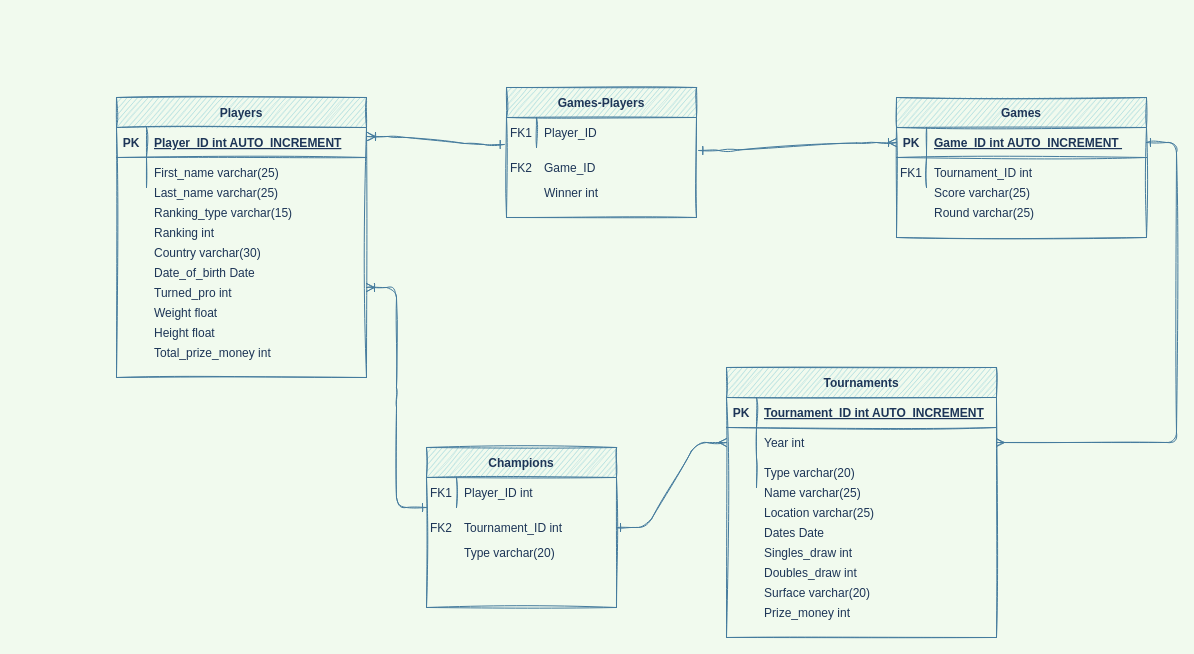
Before: erd.drawio in talbaram3192/web_scraping_project, a draw.io diagram. Source tidied: cells renumbered, new cells numbered last; positions are measured from the earlier drawing's top-left corner, leaving out a move shared by most shapes. Both pictures are drawn from the tidied source at 100%, with x=0, y=0 at pixel (116, 87).
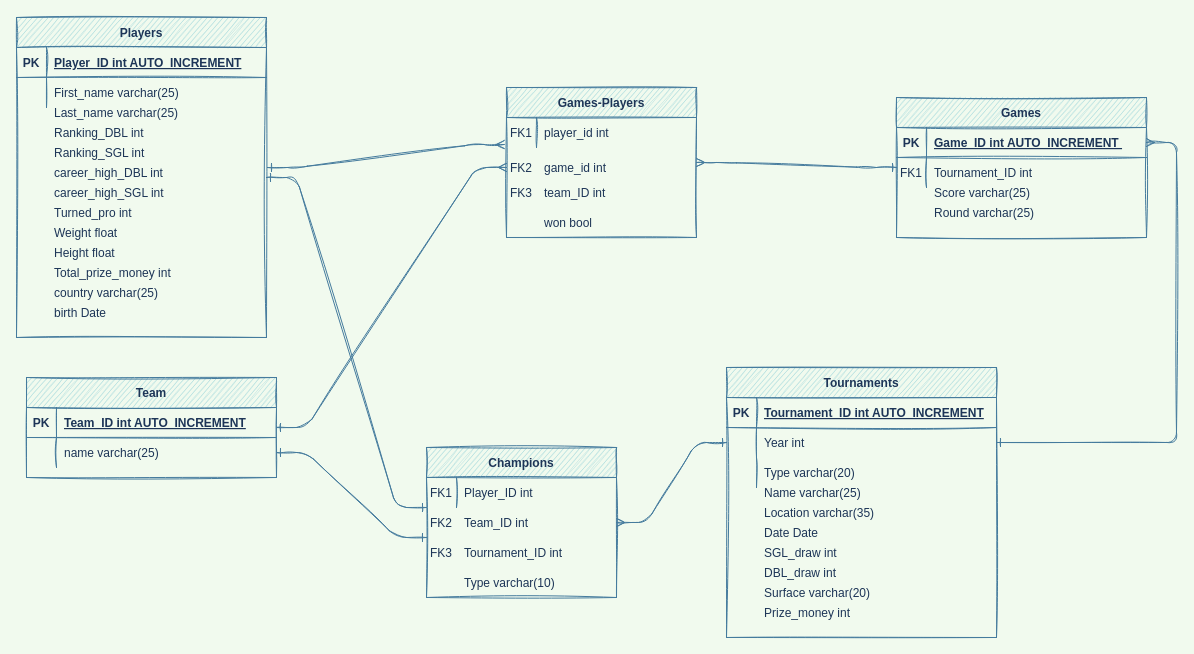
The same page after the edit.

The change refers to these unchanged cells:
```xml
<mxCell id="4" style="shape=partialRectangle;fillColor=none;points=[[0,0.5],[1,0.5]];portConstraint=eastwest;top=0;left=0;right=0;bottom=1;sketch=1;strokeColor=#457B9D;fontColor=#1D3557;" parent="3" vertex="1">
  <mxGeometry y="30" width="250" height="30" as="geometry" />
</mxCell>
<mxCell id="14" style="shape=partialRectangle;fillColor=none;points=[[0,0.5],[1,0.5]];portConstraint=eastwest;top=0;left=0;right=0;bottom=0;sketch=1;strokeColor=#457B9D;fontColor=#1D3557;" parent="10" vertex="1">
  <mxGeometry y="60" width="270" height="30" as="geometry" />
</mxCell>
<mxCell id="21" style="shape=partialRectangle;fillColor=none;points=[[0,0.5],[1,0.5]];portConstraint=eastwest;top=0;left=0;right=0;bottom=1;sketch=1;strokeColor=#457B9D;fontColor=#1D3557;" parent="20" vertex="1">
  <mxGeometry y="30" width="250" height="30" as="geometry" />
</mxCell>
<mxCell id="28" style="shape=partialRectangle;fillColor=none;points=[[0,0.5],[1,0.5]];portConstraint=eastwest;top=0;left=0;right=0;bottom=0;sketch=1;strokeColor=#457B9D;fontColor=#1D3557;" parent="27" vertex="1">
  <mxGeometry y="30" width="190" height="30" as="geometry" />
</mxCell>
<mxCell id="55" style="shape=partialRectangle;fillColor=none;top=0;left=0;right=0;bottom=0;sketch=1;strokeColor=#457B9D;fontColor=#1D3557;" parent="1" vertex="1">
  <mxGeometry x="610" y="410" width="270" height="30" as="geometry" />
</mxCell>
<mxCell id="58" style="shape=partialRectangle;fillColor=none;top=0;left=0;right=0;bottom=0;sketch=1;strokeColor=#457B9D;fontColor=#1D3557;" parent="1" vertex="1">
  <mxGeometry x="610" y="430" width="270" height="30" as="geometry" />
</mxCell>
<mxCell id="61" style="shape=partialRectangle;fillColor=none;top=0;left=0;right=0;bottom=0;sketch=1;strokeColor=#457B9D;fontColor=#1D3557;" parent="1" vertex="1">
  <mxGeometry x="610" y="450" width="270" height="30" as="geometry" />
</mxCell>
```

Diff of the diagram source:
```diff
@@
-    <mxCell id="2" style="edgeStyle=entityRelationEdgeStyle;endArrow=ERmany;startArrow=ERone;endFill=0;startFill=0;sketch=1;strokeWidth=1;labelBackgroundColor=#F1FAEE;strokeColor=#457B9D;fontColor=#1D3557;" parent="1" edge="1" source="4" target="14">
+    <mxCell id="2" style="edgeStyle=entityRelationEdgeStyle;endArrow=ERone;startArrow=ERmany;endFill=0;startFill=0;sketch=1;strokeWidth=1;labelBackgroundColor=#F1FAEE;strokeColor=#457B9D;fontColor=#1D3557;" parent="1" edge="1" source="4" target="14">
       <mxGeometry relative="1" as="geometry" />
     </mxCell>
@@
     <mxCell id="20" value="Players" style="shape=table;startSize=30;childLayout=tableLayout;rowLines=0;fontStyle=1;align=center;sketch=1;fillColor=#A8DADC;strokeColor=#457B9D;fontColor=#1D3557;" parent="1" vertex="1">
-      <mxGeometry y="10" width="250" height="280" as="geometry" />
+      <mxGeometry x="-100" y="-70" width="250" height="320" as="geometry" />
     </mxCell>
@@
     <mxCell id="27" value="Games-Players" style="shape=table;startSize=30;childLayout=tableLayout;rowLines=0;fontStyle=1;align=center;sketch=1;fillColor=#A8DADC;strokeColor=#457B9D;fontColor=#1D3557;" parent="1" vertex="1">
-      <mxGeometry x="390" width="190" height="130" as="geometry" />
+      <mxGeometry x="390" width="190" height="150" as="geometry" />
     </mxCell>
@@
-    <mxCell id="30" value="Player_ID" style="shape=partialRectangle;overflow=hidden;fillColor=none;top=0;left=0;bottom=0;right=0;align=left;spacingLeft=6;sketch=1;strokeColor=#457B9D;fontColor=#1D3557;" parent="28" vertex="1">
+    <mxCell id="30" value="player_id int" style="shape=partialRectangle;overflow=hidden;fillColor=none;top=0;left=0;bottom=0;right=0;align=left;spacingLeft=6;sketch=1;strokeColor=#457B9D;fontColor=#1D3557;" parent="28" vertex="1">
       <mxGeometry x="30" width="160" height="30" as="geometry" />
     </mxCell>
-    <mxCell id="31" style="edgeStyle=entityRelationEdgeStyle;endArrow=ERone;startArrow=ERoneToMany;endFill=0;startFill=0;sketch=1;strokeWidth=1;labelBackgroundColor=#F1FAEE;strokeColor=#457B9D;fontColor=#1D3557;entryX=1.012;entryY=1.1;entryDx=0;entryDy=0;exitX=0;exitY=0.5;exitDx=0;exitDy=0;entryPerimeter=0;" parent="1" edge="1" source="4" target="28">
-      <mxGeometry relative="1" as="geometry" />
-    </mxCell>
-    <mxCell id="32" style="edgeStyle=entityRelationEdgeStyle;endArrow=ERone;startArrow=ERoneToMany;endFill=0;startFill=0;sketch=1;strokeWidth=1;labelBackgroundColor=#F1FAEE;strokeColor=#457B9D;fontColor=#1D3557;exitX=1.004;exitY=0.3;exitDx=0;exitDy=0;entryX=-0.012;entryY=0.9;entryDx=0;entryDy=0;entryPerimeter=0;exitPerimeter=0;" parent="1" edge="1" source="21" target="28">
-      <mxGeometry relative="1" as="geometry" />
+    <mxCell id="32" style="edgeStyle=entityRelationEdgeStyle;endArrow=ERmany;startArrow=ERone;endFill=0;startFill=0;sketch=1;strokeWidth=1;labelBackgroundColor=#F1FAEE;strokeColor=#457B9D;fontColor=#1D3557;entryX=-0.012;entryY=0.9;entryDx=0;entryDy=0;entryPerimeter=0;" parent="1" edge="1" target="28">
+      <mxGeometry relative="1" as="geometry">
+        <mxPoint x="151" y="80" as="sourcePoint" />
+      </mxGeometry>
     </mxCell>
-    <mxCell id="33" value="Game_ID" style="shape=partialRectangle;overflow=hidden;fillColor=none;top=0;left=0;bottom=0;right=0;align=left;spacingLeft=6;sketch=1;strokeColor=#457B9D;fontColor=#1D3557;" parent="1" vertex="1">
-      <mxGeometry x="420" y="65" width="220" height="30" as="geometry" />
+    <mxCell id="33" value="game_id int" style="shape=partialRectangle;overflow=hidden;fillColor=none;top=0;left=0;bottom=0;right=0;align=left;spacingLeft=6;sketch=1;strokeColor=#457B9D;fontColor=#1D3557;" parent="1" vertex="1">
+      <mxGeometry x="420" y="65" width="150" height="30" as="geometry" />
     </mxCell>
@@
     <mxCell id="37" style="shape=partialRectangle;fillColor=none;top=0;left=0;right=0;bottom=0;sketch=1;strokeColor=#457B9D;fontColor=#1D3557;" parent="1" vertex="1">
-      <mxGeometry y="90" width="250" height="30" as="geometry" />
+      <mxGeometry x="-100" y="10" width="250" height="30" as="geometry" />
     </mxCell>
@@
-    <mxCell id="40" value="Ranking_type varchar(15)" style="shape=partialRectangle;overflow=hidden;fillColor=none;top=0;left=0;bottom=0;right=0;align=left;spacingLeft=6;sketch=1;strokeColor=#457B9D;fontColor=#1D3557;" parent="1" vertex="1">
-      <mxGeometry x="30" y="110" width="220" height="30" as="geometry" />
+    <mxCell id="40" value="Ranking_DBL int" style="shape=partialRectangle;overflow=hidden;fillColor=none;top=0;left=0;bottom=0;right=0;align=left;spacingLeft=6;sketch=1;strokeColor=#457B9D;fontColor=#1D3557;" parent="1" vertex="1">
+      <mxGeometry x="-70" y="30" width="220" height="30" as="geometry" />
     </mxCell>
-    <mxCell id="41" value="Ranking int" style="shape=partialRectangle;overflow=hidden;fillColor=none;top=0;left=0;bottom=0;right=0;align=left;spacingLeft=6;sketch=1;strokeColor=#457B9D;fontColor=#1D3557;" parent="1" vertex="1">
-      <mxGeometry x="30" y="130" width="220" height="30" as="geometry" />
+    <mxCell id="41" value="Ranking_SGL int" style="shape=partialRectangle;overflow=hidden;fillColor=none;top=0;left=0;bottom=0;right=0;align=left;spacingLeft=6;sketch=1;strokeColor=#457B9D;fontColor=#1D3557;" parent="1" vertex="1">
+      <mxGeometry x="-70" y="50" width="220" height="30" as="geometry" />
     </mxCell>
-    <mxCell id="42" value="Country varchar(30)" style="shape=partialRectangle;overflow=hidden;fillColor=none;top=0;left=0;bottom=0;right=0;align=left;spacingLeft=6;sketch=1;strokeColor=#457B9D;fontColor=#1D3557;" parent="1" vertex="1">
-      <mxGeometry x="30" y="150" width="220" height="30" as="geometry" />
+    <mxCell id="42" value="career_high_DBL int" style="shape=partialRectangle;overflow=hidden;fillColor=none;top=0;left=0;bottom=0;right=0;align=left;spacingLeft=6;sketch=1;strokeColor=#457B9D;fontColor=#1D3557;" parent="1" vertex="1">
+      <mxGeometry x="-70" y="70" width="220" height="30" as="geometry" />
     </mxCell>
-    <mxCell id="43" value="Date_of_birth Date" style="shape=partialRectangle;overflow=hidden;fillColor=none;top=0;left=0;bottom=0;right=0;align=left;spacingLeft=6;sketch=1;strokeColor=#457B9D;fontColor=#1D3557;" parent="1" vertex="1">
-      <mxGeometry x="30" y="170" width="220" height="30" as="geometry" />
+    <mxCell id="43" value="career_high_SGL int" style="shape=partialRectangle;overflow=hidden;fillColor=none;top=0;left=0;bottom=0;right=0;align=left;spacingLeft=6;sketch=1;strokeColor=#457B9D;fontColor=#1D3557;" parent="1" vertex="1">
+      <mxGeometry x="-70" y="90" width="220" height="30" as="geometry" />
     </mxCell>
     <mxCell id="44" value="Turned_pro int" style="shape=partialRectangle;overflow=hidden;fillColor=none;top=0;left=0;bottom=0;right=0;align=left;spacingLeft=6;sketch=1;strokeColor=#457B9D;fontColor=#1D3557;" parent="1" vertex="1">
-      <mxGeometry x="30" y="190" width="220" height="30" as="geometry" />
+      <mxGeometry x="-70" y="110" width="220" height="30" as="geometry" />
     </mxCell>
     <mxCell id="45" value="Weight float" style="shape=partialRectangle;overflow=hidden;fillColor=none;top=0;left=0;bottom=0;right=0;align=left;spacingLeft=6;sketch=1;strokeColor=#457B9D;fontColor=#1D3557;" parent="1" vertex="1">
-      <mxGeometry x="30" y="210" width="220" height="30" as="geometry" />
+      <mxGeometry x="-70" y="130" width="220" height="30" as="geometry" />
     </mxCell>
     <mxCell id="46" value="Height float" style="shape=partialRectangle;overflow=hidden;fillColor=none;top=0;left=0;bottom=0;right=0;align=left;spacingLeft=6;sketch=1;strokeColor=#457B9D;fontColor=#1D3557;" parent="1" vertex="1">
-      <mxGeometry x="30" y="230" width="220" height="30" as="geometry" />
+      <mxGeometry x="-70" y="150" width="220" height="30" as="geometry" />
     </mxCell>
     <mxCell id="47" value="Total_prize_money int" style="shape=partialRectangle;overflow=hidden;fillColor=none;top=0;left=0;bottom=0;right=0;align=left;spacingLeft=6;sketch=1;strokeColor=#457B9D;fontColor=#1D3557;" parent="1" vertex="1">
-      <mxGeometry x="30" y="250" width="220" height="30" as="geometry" />
+      <mxGeometry x="-70" y="170" width="220" height="30" as="geometry" />
     </mxCell>
@@
-    <mxCell id="51" value="Winner int" style="shape=partialRectangle;overflow=hidden;fillColor=none;top=0;left=0;bottom=0;right=0;align=left;spacingLeft=6;sketch=1;strokeColor=#457B9D;fontColor=#1D3557;" parent="1" vertex="1">
-      <mxGeometry x="420" y="90" width="220" height="30" as="geometry" />
-    </mxCell>
@@
-    <mxCell id="57" value="Location varchar(25)" style="shape=partialRectangle;overflow=hidden;fillColor=none;top=0;left=0;bottom=0;right=0;align=left;spacingLeft=6;sketch=1;strokeColor=#457B9D;fontColor=#1D3557;" parent="55" vertex="1">
+    <mxCell id="57" value="Location varchar(35)" style="shape=partialRectangle;overflow=hidden;fillColor=none;top=0;left=0;bottom=0;right=0;align=left;spacingLeft=6;sketch=1;strokeColor=#457B9D;fontColor=#1D3557;" parent="55" vertex="1">
       <mxGeometry x="30" width="240" height="30" as="geometry" />
     </mxCell>
@@
-    <mxCell id="60" value="Dates Date" style="shape=partialRectangle;overflow=hidden;fillColor=none;top=0;left=0;bottom=0;right=0;align=left;spacingLeft=6;sketch=1;strokeColor=#457B9D;fontColor=#1D3557;" parent="58" vertex="1">
+    <mxCell id="60" value="Date Date" style="shape=partialRectangle;overflow=hidden;fillColor=none;top=0;left=0;bottom=0;right=0;align=left;spacingLeft=6;sketch=1;strokeColor=#457B9D;fontColor=#1D3557;" parent="58" vertex="1">
       <mxGeometry x="30" width="240" height="30" as="geometry" />
     </mxCell>
@@
-    <mxCell id="63" value="Singles_draw int" style="shape=partialRectangle;overflow=hidden;fillColor=none;top=0;left=0;bottom=0;right=0;align=left;spacingLeft=6;sketch=1;strokeColor=#457B9D;fontColor=#1D3557;" parent="61" vertex="1">
+    <mxCell id="63" value="SGL_draw int" style="shape=partialRectangle;overflow=hidden;fillColor=none;top=0;left=0;bottom=0;right=0;align=left;spacingLeft=6;sketch=1;strokeColor=#457B9D;fontColor=#1D3557;" parent="61" vertex="1">
       <mxGeometry x="30" width="240" height="30" as="geometry" />
     </mxCell>
-    <mxCell id="64" value="Doubles_draw int" style="shape=partialRectangle;overflow=hidden;fillColor=none;top=0;left=0;bottom=0;right=0;align=left;spacingLeft=6;sketch=1;strokeColor=#457B9D;fontColor=#1D3557;" parent="1" vertex="1">
+    <mxCell id="64" value="DBL_draw int" style="shape=partialRectangle;overflow=hidden;fillColor=none;top=0;left=0;bottom=0;right=0;align=left;spacingLeft=6;sketch=1;strokeColor=#457B9D;fontColor=#1D3557;" parent="1" vertex="1">
       <mxGeometry x="640" y="470" width="240" height="30" as="geometry" />
     </mxCell>
@@
     <mxCell id="67" value="Champions" style="shape=table;startSize=30;childLayout=tableLayout;rowLines=0;fontStyle=1;align=center;sketch=1;fillColor=#A8DADC;strokeColor=#457B9D;fontColor=#1D3557;" parent="1" vertex="1">
-      <mxGeometry x="310" y="360" width="190" height="160" as="geometry" />
+      <mxGeometry x="310" y="360" width="190" height="150" as="geometry" />
     </mxCell>
@@
     <mxCell id="72" value="FK2" style="shape=partialRectangle;overflow=hidden;fillColor=none;top=0;left=0;bottom=0;right=0;sketch=1;strokeColor=#457B9D;fontColor=#1D3557;" parent="1" vertex="1">
-      <mxGeometry x="310" y="425" width="30" height="30" as="geometry" />
+      <mxGeometry x="310" y="420" width="30" height="30" as="geometry" />
     </mxCell>
-    <mxCell id="73" style="edgeStyle=entityRelationEdgeStyle;endArrow=ERone;startArrow=ERoneToMany;endFill=0;startFill=0;sketch=1;strokeWidth=1;labelBackgroundColor=#F1FAEE;strokeColor=#457B9D;fontColor=#1D3557;" parent="1" edge="1">
+    <mxCell id="73" style="edgeStyle=entityRelationEdgeStyle;endArrow=ERone;startArrow=ERone;endFill=0;startFill=0;sketch=1;strokeWidth=1;labelBackgroundColor=#F1FAEE;strokeColor=#457B9D;fontColor=#1D3557;" parent="1" edge="1">
       <mxGeometry relative="1" as="geometry">
-        <mxPoint x="250" y="200" as="sourcePoint" />
+        <mxPoint x="150" y="90" as="sourcePoint" />
         <mxPoint x="310" y="420" as="targetPoint" />
       </mxGeometry>
     </mxCell>
-    <mxCell id="74" style="edgeStyle=entityRelationEdgeStyle;endArrow=ERmany;startArrow=ERone;endFill=0;startFill=0;sketch=1;strokeWidth=1;labelBackgroundColor=#F1FAEE;strokeColor=#457B9D;fontColor=#1D3557;entryX=0;entryY=0.5;entryDx=0;entryDy=0;exitX=1;exitY=0.5;exitDx=0;exitDy=0;" parent="1" edge="1" source="67" target="14">
+    <mxCell id="74" style="edgeStyle=entityRelationEdgeStyle;endArrow=ERone;startArrow=ERmany;endFill=0;startFill=0;sketch=1;strokeWidth=1;labelBackgroundColor=#F1FAEE;strokeColor=#457B9D;fontColor=#1D3557;entryX=0;entryY=0.5;entryDx=0;entryDy=0;exitX=1;exitY=0.5;exitDx=0;exitDy=0;" parent="1" edge="1" source="67" target="14">
       <mxGeometry relative="1" as="geometry" />
     </mxCell>
     <mxCell id="75" value="Tournament_ID int" style="shape=partialRectangle;overflow=hidden;fillColor=none;top=0;left=0;bottom=0;right=0;align=left;spacingLeft=6;sketch=1;strokeColor=#457B9D;fontColor=#1D3557;" parent="1" vertex="1">
-      <mxGeometry x="340" y="425" width="160" height="30" as="geometry" />
+      <mxGeometry x="340" y="450" width="160" height="30" as="geometry" />
     </mxCell>
-    <mxCell id="76" value="Type varchar(20)" style="shape=partialRectangle;overflow=hidden;fillColor=none;top=0;left=0;bottom=0;right=0;align=left;spacingLeft=6;sketch=1;strokeColor=#457B9D;fontColor=#1D3557;" parent="1" vertex="1">
-      <mxGeometry x="340" y="450" width="160" height="30" as="geometry" />
+    <mxCell id="76" value="Type varchar(10)" style="shape=partialRectangle;overflow=hidden;fillColor=none;top=0;left=0;bottom=0;right=0;align=left;spacingLeft=6;sketch=1;strokeColor=#457B9D;fontColor=#1D3557;" parent="1" vertex="1">
+      <mxGeometry x="340" y="480" width="160" height="30" as="geometry" />
     </mxCell>
+    <mxCell id="77" style="edgeStyle=entityRelationEdgeStyle;endArrow=ERone;startArrow=ERmany;endFill=0;startFill=0;sketch=1;strokeWidth=1;labelBackgroundColor=#F1FAEE;strokeColor=#457B9D;fontColor=#1D3557;exitX=1;exitY=0.5;exitDx=0;exitDy=0;" parent="1" edge="1" source="27">
+      <mxGeometry relative="1" as="geometry">
+        <mxPoint x="780" y="80" as="targetPoint" />
+      </mxGeometry>
+    </mxCell>
+    <mxCell id="78" value="won bool" style="shape=partialRectangle;overflow=hidden;fillColor=none;top=0;left=0;bottom=0;right=0;align=left;spacingLeft=6;sketch=1;strokeColor=#457B9D;fontColor=#1D3557;" parent="1" vertex="1">
+      <mxGeometry x="420" y="120" width="150" height="30" as="geometry" />
+    </mxCell>
+    <mxCell id="79" value="country varchar(25)" style="shape=partialRectangle;overflow=hidden;fillColor=none;top=0;left=0;bottom=0;right=0;align=left;spacingLeft=6;sketch=1;strokeColor=#457B9D;fontColor=#1D3557;" parent="1" vertex="1">
+      <mxGeometry x="-70" y="190" width="220" height="30" as="geometry" />
+    </mxCell>
+    <mxCell id="80" value="birth Date" style="shape=partialRectangle;overflow=hidden;fillColor=none;top=0;left=0;bottom=0;right=0;align=left;spacingLeft=6;sketch=1;strokeColor=#457B9D;fontColor=#1D3557;" parent="1" vertex="1">
+      <mxGeometry x="-70" y="210" width="220" height="30" as="geometry" />
+    </mxCell>
+    <mxCell id="81" value="Team" style="shape=table;startSize=30;childLayout=tableLayout;rowLines=0;fontStyle=1;align=center;sketch=1;fillColor=#A8DADC;strokeColor=#457B9D;fontColor=#1D3557;" parent="1" vertex="1">
+      <mxGeometry x="-90" y="290" width="250" height="100" as="geometry" />
+    </mxCell>
+    <mxCell id="82" style="shape=partialRectangle;fillColor=none;top=0;left=0;right=0;bottom=1;sketch=1;strokeColor=#457B9D;fontColor=#1D3557;" parent="81" vertex="1">
+      <mxGeometry y="30" width="250" height="30" as="geometry" />
+    </mxCell>
+    <mxCell id="83" value="PK" style="shape=partialRectangle;overflow=hidden;fillColor=none;top=0;left=0;bottom=0;right=0;fontStyle=1;sketch=1;strokeColor=#457B9D;fontColor=#1D3557;" parent="82" vertex="1">
+      <mxGeometry width="30" height="30" as="geometry" />
+    </mxCell>
+    <mxCell id="84" value="Team_ID int AUTO_INCREMENT" style="shape=partialRectangle;overflow=hidden;fillColor=none;top=0;left=0;bottom=0;right=0;align=left;spacingLeft=6;fontStyle=5;sketch=1;strokeColor=#457B9D;fontColor=#1D3557;" parent="82" vertex="1">
+      <mxGeometry x="30" width="220" height="30" as="geometry" />
+    </mxCell>
+    <mxCell id="85" style="shape=partialRectangle;fillColor=none;points=[[0,0.5],[1,0.5]];portConstraint=eastwest;top=0;left=0;right=0;bottom=0;sketch=1;strokeColor=#457B9D;fontColor=#1D3557;" parent="81" vertex="1">
+      <mxGeometry y="60" width="250" height="30" as="geometry" />
+    </mxCell>
+    <mxCell id="86" style="shape=partialRectangle;overflow=hidden;fillColor=none;top=0;left=0;bottom=0;right=0;sketch=1;strokeColor=#457B9D;fontColor=#1D3557;" parent="85" vertex="1">
+      <mxGeometry width="30" height="30" as="geometry" />
+    </mxCell>
+    <mxCell id="87" value="name varchar(25)" style="shape=partialRectangle;overflow=hidden;fillColor=none;top=0;left=0;bottom=0;right=0;align=left;spacingLeft=6;sketch=1;strokeColor=#457B9D;fontColor=#1D3557;" parent="85" vertex="1">
+      <mxGeometry x="30" width="220" height="30" as="geometry" />
+    </mxCell>
+    <mxCell id="88" style="edgeStyle=entityRelationEdgeStyle;endArrow=ERone;startArrow=ERone;endFill=0;startFill=0;sketch=1;strokeWidth=1;labelBackgroundColor=#F1FAEE;strokeColor=#457B9D;fontColor=#1D3557;exitX=1;exitY=0.5;exitDx=0;exitDy=0;" parent="1" edge="1" source="85">
+      <mxGeometry relative="1" as="geometry">
+        <mxPoint x="310" y="450" as="targetPoint" />
+      </mxGeometry>
+    </mxCell>
+    <mxCell id="89" value="Team_ID int" style="shape=partialRectangle;overflow=hidden;fillColor=none;top=0;left=0;bottom=0;right=0;align=left;spacingLeft=6;sketch=1;strokeColor=#457B9D;fontColor=#1D3557;" parent="1" vertex="1">
+      <mxGeometry x="340" y="420" width="160" height="30" as="geometry" />
+    </mxCell>
+    <mxCell id="90" value="FK3" style="shape=partialRectangle;overflow=hidden;fillColor=none;top=0;left=0;bottom=0;right=0;sketch=1;strokeColor=#457B9D;fontColor=#1D3557;" parent="1" vertex="1">
+      <mxGeometry x="310" y="450" width="30" height="30" as="geometry" />
+    </mxCell>
+    <mxCell id="91" value="team_ID int" style="shape=partialRectangle;overflow=hidden;fillColor=none;top=0;left=0;bottom=0;right=0;align=left;spacingLeft=6;sketch=1;strokeColor=#457B9D;fontColor=#1D3557;" parent="1" vertex="1">
+      <mxGeometry x="420" y="90" width="150" height="30" as="geometry" />
+    </mxCell>
+    <mxCell id="92" value="FK3" style="shape=partialRectangle;overflow=hidden;fillColor=none;top=0;left=0;bottom=0;right=0;sketch=1;strokeColor=#457B9D;fontColor=#1D3557;" parent="1" vertex="1">
+      <mxGeometry x="390" y="90" width="30" height="30" as="geometry" />
+    </mxCell>
+    <mxCell id="93" style="edgeStyle=entityRelationEdgeStyle;endArrow=ERmany;startArrow=ERone;endFill=0;startFill=0;sketch=1;strokeWidth=1;labelBackgroundColor=#F1FAEE;strokeColor=#457B9D;fontColor=#1D3557;" parent="1" edge="1" source="81">
+      <mxGeometry relative="1" as="geometry">
+        <mxPoint x="390" y="80" as="targetPoint" />
+      </mxGeometry>
+    </mxCell>
```
